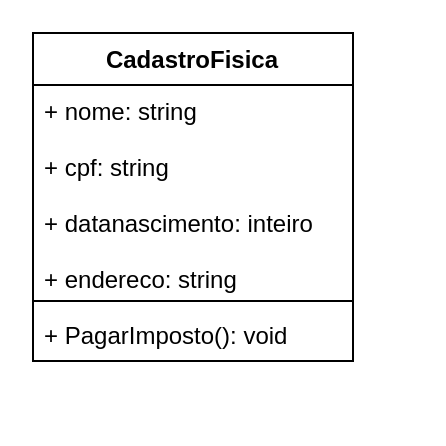
VictorVilhena0/ClientLabDiagrama keeps this draw.io diagram as ClientLabDiagrama.drawio. Above is the earlier version. Source tidied: cells renumbered, new cells numbered last; positions are measured from the earlier drawing's top-left corner, leaving out a move shared by most shapes. Both pictures are drawn from the tidied source at 200%, with x=0, y=0 at pixel (32, 32).
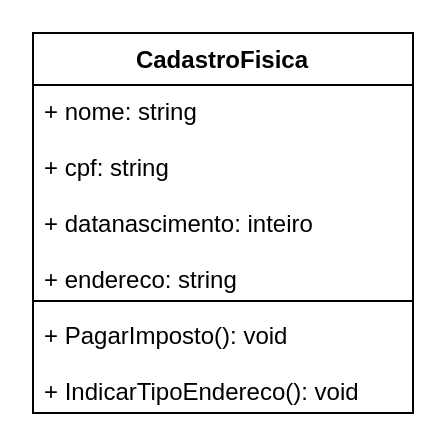
After the change.

Diff of the diagram source:
```diff
@@
 <mxGraphModel>
   <root>
     <mxCell id="0" />
     <mxCell id="1" parent="0" />
     <mxCell id="2" value="CadastroFisica" style="swimlane;fontStyle=1;align=center;verticalAlign=top;horizontal=1;startSize=26;" parent="1" vertex="1">
-      <mxGeometry width="160" height="164" as="geometry" />
+      <mxGeometry width="190" height="190" as="geometry" />
     </mxCell>
     <mxCell id="3" value="+ nome: string&#10;&#10;+ cpf: string&#10;&#10;+ datanascimento: inteiro&#10;&#10;+ endereco: string" style="text;strokeColor=none;fillColor=none;align=left;verticalAlign=top;spacingLeft=4;spacingRight=4;overflow=hidden;" parent="2" vertex="1">
-      <mxGeometry y="26" width="160" height="104" as="geometry" />
+      <mxGeometry y="26" width="190" height="104" as="geometry" />
     </mxCell>
     <mxCell id="4" style="line;strokeWidth=1;fillColor=none;align=left;verticalAlign=middle;spacingTop=-1;spacingLeft=3;spacingRight=3;labelPosition=right;" parent="2" vertex="1">
-      <mxGeometry y="130" width="160" height="8" as="geometry" />
+      <mxGeometry y="130" width="190" height="8" as="geometry" />
     </mxCell>
-    <mxCell id="5" value="+ PagarImposto(): void" style="text;strokeColor=none;fillColor=none;align=left;verticalAlign=top;spacingLeft=4;spacingRight=4;overflow=hidden;" parent="2" vertex="1">
-      <mxGeometry y="138" width="160" height="26" as="geometry" />
+    <mxCell id="5" value="+ PagarImposto(): void&#10;&#10;+ IndicarTipoEndereco(): void" style="text;strokeColor=none;fillColor=none;align=left;verticalAlign=top;spacingLeft=4;spacingRight=4;overflow=hidden;" parent="2" vertex="1">
+      <mxGeometry y="138" width="190" height="52" as="geometry" />
     </mxCell>
   </root>
 </mxGraphModel>
```
